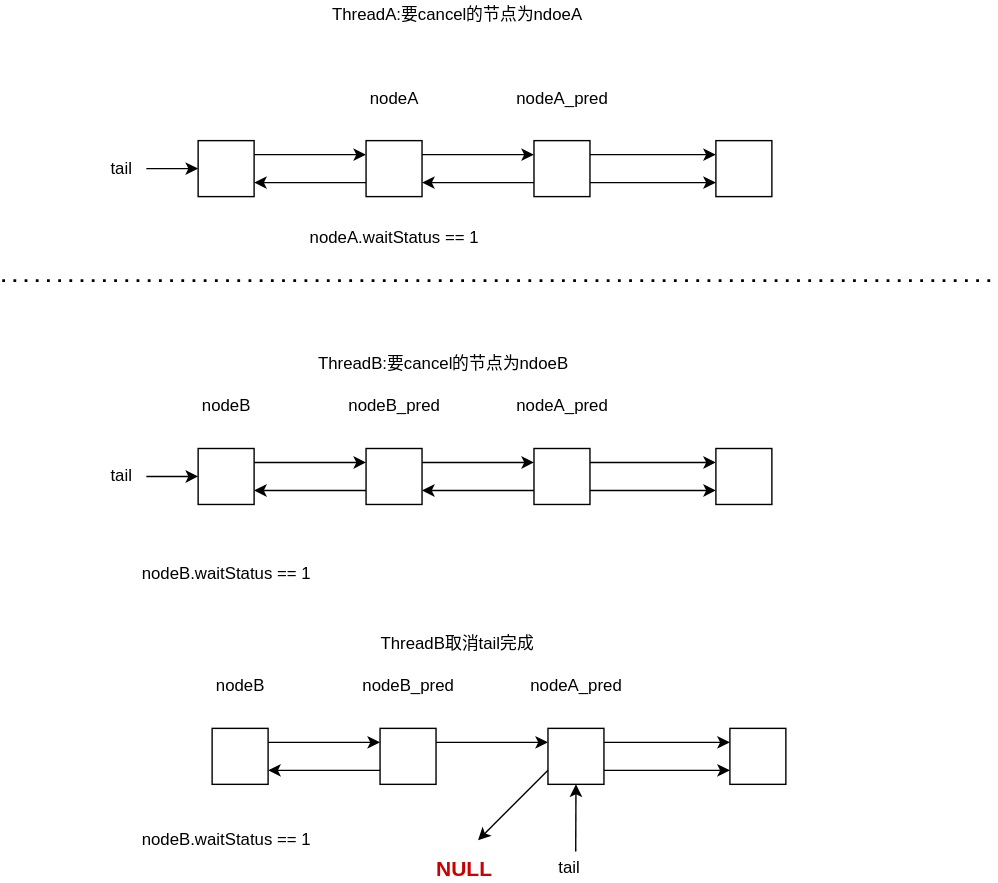
Before: java/Multi-thread/AQS/images/cancelAcquire-p8.drawio.svg, a diagram exported from draw.io (soloveri/notes-of-cs). Source tidied: cells renumbered, new cells last; positions are measured from the earlier drawing's top-left corner, leaving out a move shared by most shapes. Its diagram source:
```xml
<mxGraphModel>
  <root>
    <mxCell id="0" />
    <mxCell id="1" parent="0" />
    <mxCell id="2" style="whiteSpace=wrap;html=1;" parent="1" vertex="1">
      <mxGeometry x="140" y="100" width="40" height="40" as="geometry" />
    </mxCell>
    <mxCell id="3" style="whiteSpace=wrap;html=1;" parent="1" vertex="1">
      <mxGeometry x="260" y="100" width="40" height="40" as="geometry" />
    </mxCell>
    <mxCell id="4" style="whiteSpace=wrap;html=1;" parent="1" vertex="1">
      <mxGeometry x="380" y="100" width="40" height="40" as="geometry" />
    </mxCell>
    <mxCell id="5" style="whiteSpace=wrap;html=1;" parent="1" vertex="1">
      <mxGeometry x="510" y="100" width="40" height="40" as="geometry" />
    </mxCell>
    <mxCell id="6" style="endArrow=classic;html=1;exitX=1;exitY=0.25;exitDx=0;exitDy=0;entryX=0;entryY=0.25;entryDx=0;entryDy=0;" parent="1" edge="1" source="2" target="3">
      <mxGeometry relative="1" as="geometry" />
    </mxCell>
    <mxCell id="7" style="endArrow=classic;html=1;exitX=1;exitY=0.25;exitDx=0;exitDy=0;entryX=0;entryY=0.25;entryDx=0;entryDy=0;" parent="1" edge="1" source="3" target="4">
      <mxGeometry relative="1" as="geometry" />
    </mxCell>
    <mxCell id="8" style="endArrow=classic;html=1;exitX=1;exitY=0.25;exitDx=0;exitDy=0;entryX=0;entryY=0.25;entryDx=0;entryDy=0;" parent="1" edge="1" source="4" target="5">
      <mxGeometry relative="1" as="geometry" />
    </mxCell>
    <mxCell id="9" style="endArrow=classic;html=1;entryX=1;entryY=0.75;entryDx=0;entryDy=0;exitX=0;exitY=0.75;exitDx=0;exitDy=0;" parent="1" edge="1" source="3" target="2">
      <mxGeometry relative="1" as="geometry" />
    </mxCell>
    <mxCell id="10" style="endArrow=classic;html=1;entryX=1;entryY=0.75;entryDx=0;entryDy=0;exitX=0;exitY=0.75;exitDx=0;exitDy=0;" parent="1" edge="1" source="4" target="3">
      <mxGeometry relative="1" as="geometry" />
    </mxCell>
    <mxCell id="11" style="endArrow=classic;html=1;exitX=1;exitY=0.75;exitDx=0;exitDy=0;entryX=0;entryY=0.75;entryDx=0;entryDy=0;" parent="1" edge="1" source="4" target="5">
      <mxGeometry relative="1" as="geometry" />
    </mxCell>
    <mxCell id="12" value="nodeA" style="text;html=1;align=center;verticalAlign=middle;" parent="1" vertex="1">
      <mxGeometry x="255" y="60" width="50" height="20" as="geometry" />
    </mxCell>
    <mxCell id="13" value="ThreadA:要cancel的节点为ndoeA" style="text;html=1;align=center;verticalAlign=middle;" parent="1" vertex="1">
      <mxGeometry x="230" width="190" height="20" as="geometry" />
    </mxCell>
    <mxCell id="14" value="tail" style="text;html=1;align=center;verticalAlign=middle;" parent="1" vertex="1">
      <mxGeometry x="70" y="110" width="30" height="20" as="geometry" />
    </mxCell>
    <mxCell id="15" style="whiteSpace=wrap;html=1;" parent="1" vertex="1">
      <mxGeometry x="140" y="320" width="40" height="40" as="geometry" />
    </mxCell>
    <mxCell id="16" style="whiteSpace=wrap;html=1;" parent="1" vertex="1">
      <mxGeometry x="260" y="320" width="40" height="40" as="geometry" />
    </mxCell>
    <mxCell id="17" style="whiteSpace=wrap;html=1;" parent="1" vertex="1">
      <mxGeometry x="380" y="320" width="40" height="40" as="geometry" />
    </mxCell>
    <mxCell id="18" style="whiteSpace=wrap;html=1;" parent="1" vertex="1">
      <mxGeometry x="510" y="320" width="40" height="40" as="geometry" />
    </mxCell>
    <mxCell id="19" style="endArrow=classic;html=1;exitX=1;exitY=0.25;exitDx=0;exitDy=0;entryX=0;entryY=0.25;entryDx=0;entryDy=0;" parent="1" edge="1" source="15" target="16">
      <mxGeometry relative="1" as="geometry" />
    </mxCell>
    <mxCell id="20" style="endArrow=classic;html=1;exitX=1;exitY=0.25;exitDx=0;exitDy=0;entryX=0;entryY=0.25;entryDx=0;entryDy=0;" parent="1" edge="1" source="16" target="17">
      <mxGeometry relative="1" as="geometry" />
    </mxCell>
    <mxCell id="21" style="endArrow=classic;html=1;exitX=1;exitY=0.25;exitDx=0;exitDy=0;entryX=0;entryY=0.25;entryDx=0;entryDy=0;" parent="1" edge="1" source="17" target="18">
      <mxGeometry relative="1" as="geometry" />
    </mxCell>
    <mxCell id="22" style="endArrow=classic;html=1;entryX=1;entryY=0.75;entryDx=0;entryDy=0;exitX=0;exitY=0.75;exitDx=0;exitDy=0;" parent="1" edge="1" source="16" target="15">
      <mxGeometry relative="1" as="geometry" />
    </mxCell>
    <mxCell id="23" style="endArrow=classic;html=1;exitX=0;exitY=0.75;exitDx=0;exitDy=0;entryX=1;entryY=0.75;entryDx=0;entryDy=0;" parent="1" edge="1" source="17" target="16">
      <mxGeometry relative="1" as="geometry" />
    </mxCell>
    <mxCell id="24" style="endArrow=classic;html=1;exitX=1;exitY=0.75;exitDx=0;exitDy=0;entryX=0;entryY=0.75;entryDx=0;entryDy=0;" parent="1" edge="1" source="17" target="18">
      <mxGeometry relative="1" as="geometry" />
    </mxCell>
    <mxCell id="25" value="nodeB_pred" style="text;html=1;align=center;verticalAlign=middle;" parent="1" vertex="1">
      <mxGeometry x="240" y="280" width="80" height="20" as="geometry" />
    </mxCell>
    <mxCell id="26" value="tail" style="text;html=1;align=center;verticalAlign=middle;" parent="1" vertex="1">
      <mxGeometry x="70" y="330" width="30" height="20" as="geometry" />
    </mxCell>
    <mxCell id="27" value="nodeA_pred" style="text;html=1;align=center;verticalAlign=middle;" parent="1" vertex="1">
      <mxGeometry x="360" y="60" width="80" height="20" as="geometry" />
    </mxCell>
    <mxCell id="28" style="endArrow=classic;html=1;entryX=0;entryY=0.5;entryDx=0;entryDy=0;" parent="1" edge="1" target="2">
      <mxGeometry relative="1" as="geometry">
        <mxPoint x="103" y="120" as="sourcePoint" />
      </mxGeometry>
    </mxCell>
    <mxCell id="29" style="endArrow=classic;html=1;entryX=0;entryY=0.5;entryDx=0;entryDy=0;" parent="1" edge="1">
      <mxGeometry relative="1" as="geometry">
        <mxPoint x="103" y="340" as="sourcePoint" />
        <mxPoint x="140" y="340" as="targetPoint" />
      </mxGeometry>
    </mxCell>
    <mxCell id="30" value="nodeB" style="text;html=1;align=center;verticalAlign=middle;" parent="1" vertex="1">
      <mxGeometry x="135" y="280" width="50" height="20" as="geometry" />
    </mxCell>
    <mxCell id="31" value="ThreadB:要cancel的节点为ndoeB" style="text;html=1;align=center;verticalAlign=middle;" parent="1" vertex="1">
      <mxGeometry x="220" y="250" width="190" height="20" as="geometry" />
    </mxCell>
    <mxCell id="32" value="nodeA_pred" style="text;html=1;align=center;verticalAlign=middle;" parent="1" vertex="1">
      <mxGeometry x="360" y="280" width="80" height="20" as="geometry" />
    </mxCell>
    <mxCell id="33" style="endArrow=none;dashed=1;html=1;dashPattern=1 3;strokeWidth=2;" parent="1" edge="1">
      <mxGeometry relative="1" as="geometry">
        <mxPoint y="200" as="sourcePoint" />
        <mxPoint x="710" y="200" as="targetPoint" />
      </mxGeometry>
    </mxCell>
    <mxCell id="34" value="nodeA.waitStatus == 1" style="text;html=1;align=center;verticalAlign=middle;" parent="1" vertex="1">
      <mxGeometry x="210" y="160" width="140" height="20" as="geometry" />
    </mxCell>
    <mxCell id="35" style="whiteSpace=wrap;html=1;" parent="1" vertex="1">
      <mxGeometry x="150" y="520" width="40" height="40" as="geometry" />
    </mxCell>
    <mxCell id="36" style="whiteSpace=wrap;html=1;" parent="1" vertex="1">
      <mxGeometry x="270" y="520" width="40" height="40" as="geometry" />
    </mxCell>
    <mxCell id="37" style="whiteSpace=wrap;html=1;" parent="1" vertex="1">
      <mxGeometry x="390" y="520" width="40" height="40" as="geometry" />
    </mxCell>
    <mxCell id="38" style="whiteSpace=wrap;html=1;" parent="1" vertex="1">
      <mxGeometry x="520" y="520" width="40" height="40" as="geometry" />
    </mxCell>
    <mxCell id="39" style="endArrow=classic;html=1;exitX=1;exitY=0.25;exitDx=0;exitDy=0;entryX=0;entryY=0.25;entryDx=0;entryDy=0;" parent="1" edge="1" source="35" target="36">
      <mxGeometry relative="1" as="geometry" />
    </mxCell>
    <mxCell id="40" style="endArrow=classic;html=1;exitX=1;exitY=0.25;exitDx=0;exitDy=0;entryX=0;entryY=0.25;entryDx=0;entryDy=0;" parent="1" edge="1" source="36" target="37">
      <mxGeometry relative="1" as="geometry" />
    </mxCell>
    <mxCell id="41" style="endArrow=classic;html=1;exitX=1;exitY=0.25;exitDx=0;exitDy=0;entryX=0;entryY=0.25;entryDx=0;entryDy=0;" parent="1" edge="1" source="37" target="38">
      <mxGeometry relative="1" as="geometry" />
    </mxCell>
    <mxCell id="42" style="endArrow=classic;html=1;entryX=1;entryY=0.75;entryDx=0;entryDy=0;exitX=0;exitY=0.75;exitDx=0;exitDy=0;" parent="1" edge="1" source="36" target="35">
      <mxGeometry relative="1" as="geometry" />
    </mxCell>
    <mxCell id="43" style="endArrow=classic;html=1;exitX=0;exitY=0.75;exitDx=0;exitDy=0;" parent="1" edge="1" source="37">
      <mxGeometry relative="1" as="geometry">
        <mxPoint x="340" y="600" as="targetPoint" />
      </mxGeometry>
    </mxCell>
    <mxCell id="44" style="endArrow=classic;html=1;exitX=1;exitY=0.75;exitDx=0;exitDy=0;entryX=0;entryY=0.75;entryDx=0;entryDy=0;" parent="1" edge="1" source="37" target="38">
      <mxGeometry relative="1" as="geometry" />
    </mxCell>
    <mxCell id="45" value="nodeB_pred" style="text;html=1;align=center;verticalAlign=middle;" parent="1" vertex="1">
      <mxGeometry x="250" y="480" width="80" height="20" as="geometry" />
    </mxCell>
    <mxCell id="46" value="tail" style="text;html=1;align=center;verticalAlign=middle;points=[];" parent="1" vertex="1">
      <mxGeometry x="390" y="610" width="30" height="20" as="geometry" />
    </mxCell>
    <mxCell id="47" style="endArrow=classic;html=1;entryX=0.5;entryY=1;entryDx=0;entryDy=0;exitX=0.661;exitY=-0.099;exitDx=0;exitDy=0;exitPerimeter=0;" parent="1" edge="1" source="46" target="37">
      <mxGeometry relative="1" as="geometry" />
    </mxCell>
    <mxCell id="48" value="nodeB" style="text;html=1;align=center;verticalAlign=middle;" parent="1" vertex="1">
      <mxGeometry x="145" y="480" width="50" height="20" as="geometry" />
    </mxCell>
    <mxCell id="49" value="ThreadB取消tail完成" style="text;html=1;align=center;verticalAlign=middle;" parent="1" vertex="1">
      <mxGeometry x="260" y="450" width="130" height="20" as="geometry" />
    </mxCell>
    <mxCell id="50" value="nodeA_pred" style="text;html=1;align=center;verticalAlign=middle;" parent="1" vertex="1">
      <mxGeometry x="370" y="480" width="80" height="20" as="geometry" />
    </mxCell>
    <mxCell id="51" value="&lt;b&gt;&lt;font color=&quot;#cc0000&quot; style=&quot;font-size: 15px&quot;&gt;NULL&lt;/font&gt;&lt;/b&gt;" style="text;html=1;align=center;verticalAlign=middle;" parent="1" vertex="1">
      <mxGeometry x="300" y="610" width="60" height="20" as="geometry" />
    </mxCell>
    <mxCell id="52" value="nodeB.waitStatus == 1" style="text;html=1;align=center;verticalAlign=middle;" parent="1" vertex="1">
      <mxGeometry x="90" y="400" width="140" height="20" as="geometry" />
    </mxCell>
    <mxCell id="53" value="nodeB.waitStatus == 1" style="text;html=1;align=center;verticalAlign=middle;" parent="1" vertex="1">
      <mxGeometry x="90" y="590" width="140" height="20" as="geometry" />
    </mxCell>
  </root>
</mxGraphModel>
```
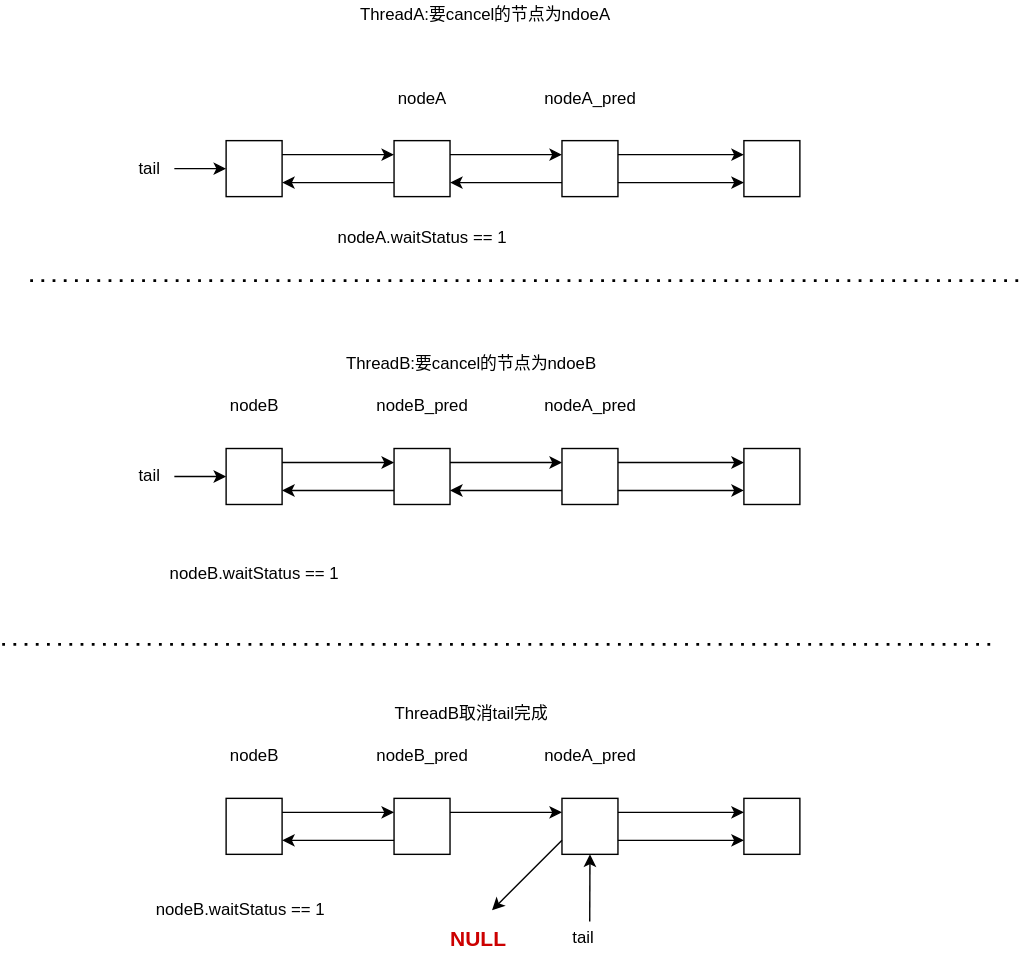
Later version of the same file.

Commit message:
add the dividing line

The edit, as a diff of the source:
```diff
@@ -110,16 +110,16 @@
       <mxGeometry x="210" y="160" width="140" height="20" as="geometry" />
     </mxCell>
     <mxCell id="35" style="whiteSpace=wrap;html=1;" parent="1" vertex="1">
-      <mxGeometry x="150" y="520" width="40" height="40" as="geometry" />
+      <mxGeometry x="140" y="570" width="40" height="40" as="geometry" />
     </mxCell>
     <mxCell id="36" style="whiteSpace=wrap;html=1;" parent="1" vertex="1">
-      <mxGeometry x="270" y="520" width="40" height="40" as="geometry" />
+      <mxGeometry x="260" y="570" width="40" height="40" as="geometry" />
     </mxCell>
     <mxCell id="37" style="whiteSpace=wrap;html=1;" parent="1" vertex="1">
-      <mxGeometry x="390" y="520" width="40" height="40" as="geometry" />
+      <mxGeometry x="380" y="570" width="40" height="40" as="geometry" />
     </mxCell>
     <mxCell id="38" style="whiteSpace=wrap;html=1;" parent="1" vertex="1">
-      <mxGeometry x="520" y="520" width="40" height="40" as="geometry" />
+      <mxGeometry x="510" y="570" width="40" height="40" as="geometry" />
     </mxCell>
     <mxCell id="39" style="endArrow=classic;html=1;exitX=1;exitY=0.25;exitDx=0;exitDy=0;entryX=0;entryY=0.25;entryDx=0;entryDy=0;" parent="1" edge="1" source="35" target="36">
       <mxGeometry relative="1" as="geometry" />
@@ -135,38 +135,44 @@
     </mxCell>
     <mxCell id="43" style="endArrow=classic;html=1;exitX=0;exitY=0.75;exitDx=0;exitDy=0;" parent="1" edge="1" source="37">
       <mxGeometry relative="1" as="geometry">
-        <mxPoint x="340" y="600" as="targetPoint" />
+        <mxPoint x="330" y="650" as="targetPoint" />
       </mxGeometry>
     </mxCell>
     <mxCell id="44" style="endArrow=classic;html=1;exitX=1;exitY=0.75;exitDx=0;exitDy=0;entryX=0;entryY=0.75;entryDx=0;entryDy=0;" parent="1" edge="1" source="37" target="38">
       <mxGeometry relative="1" as="geometry" />
     </mxCell>
     <mxCell id="45" value="nodeB_pred" style="text;html=1;align=center;verticalAlign=middle;" parent="1" vertex="1">
-      <mxGeometry x="250" y="480" width="80" height="20" as="geometry" />
+      <mxGeometry x="240" y="530" width="80" height="20" as="geometry" />
     </mxCell>
     <mxCell id="46" value="tail" style="text;html=1;align=center;verticalAlign=middle;points=[];" parent="1" vertex="1">
-      <mxGeometry x="390" y="610" width="30" height="20" as="geometry" />
+      <mxGeometry x="380" y="660" width="30" height="20" as="geometry" />
     </mxCell>
     <mxCell id="47" style="endArrow=classic;html=1;entryX=0.5;entryY=1;entryDx=0;entryDy=0;exitX=0.661;exitY=-0.099;exitDx=0;exitDy=0;exitPerimeter=0;" parent="1" edge="1" source="46" target="37">
       <mxGeometry relative="1" as="geometry" />
     </mxCell>
     <mxCell id="48" value="nodeB" style="text;html=1;align=center;verticalAlign=middle;" parent="1" vertex="1">
-      <mxGeometry x="145" y="480" width="50" height="20" as="geometry" />
+      <mxGeometry x="135" y="530" width="50" height="20" as="geometry" />
     </mxCell>
     <mxCell id="49" value="ThreadB取消tail完成" style="text;html=1;align=center;verticalAlign=middle;" parent="1" vertex="1">
-      <mxGeometry x="260" y="450" width="130" height="20" as="geometry" />
+      <mxGeometry x="250" y="500" width="130" height="20" as="geometry" />
     </mxCell>
     <mxCell id="50" value="nodeA_pred" style="text;html=1;align=center;verticalAlign=middle;" parent="1" vertex="1">
-      <mxGeometry x="370" y="480" width="80" height="20" as="geometry" />
+      <mxGeometry x="360" y="530" width="80" height="20" as="geometry" />
     </mxCell>
     <mxCell id="51" value="&lt;b&gt;&lt;font color=&quot;#cc0000&quot; style=&quot;font-size: 15px&quot;&gt;NULL&lt;/font&gt;&lt;/b&gt;" style="text;html=1;align=center;verticalAlign=middle;" parent="1" vertex="1">
-      <mxGeometry x="300" y="610" width="60" height="20" as="geometry" />
+      <mxGeometry x="290" y="660" width="60" height="20" as="geometry" />
     </mxCell>
     <mxCell id="52" value="nodeB.waitStatus == 1" style="text;html=1;align=center;verticalAlign=middle;" parent="1" vertex="1">
       <mxGeometry x="90" y="400" width="140" height="20" as="geometry" />
     </mxCell>
     <mxCell id="53" value="nodeB.waitStatus == 1" style="text;html=1;align=center;verticalAlign=middle;" parent="1" vertex="1">
-      <mxGeometry x="90" y="590" width="140" height="20" as="geometry" />
+      <mxGeometry x="80" y="640" width="140" height="20" as="geometry" />
     </mxCell>
+    <mxCell id="54" style="endArrow=none;dashed=1;html=1;dashPattern=1 3;strokeWidth=2;" parent="1" edge="1">
+      <mxGeometry relative="1" as="geometry">
+        <mxPoint x="-20" y="460" as="sourcePoint" />
+        <mxPoint x="690" y="460" as="targetPoint" />
+      </mxGeometry>
+    </mxCell>
   </root>
 </mxGraphModel>
```
